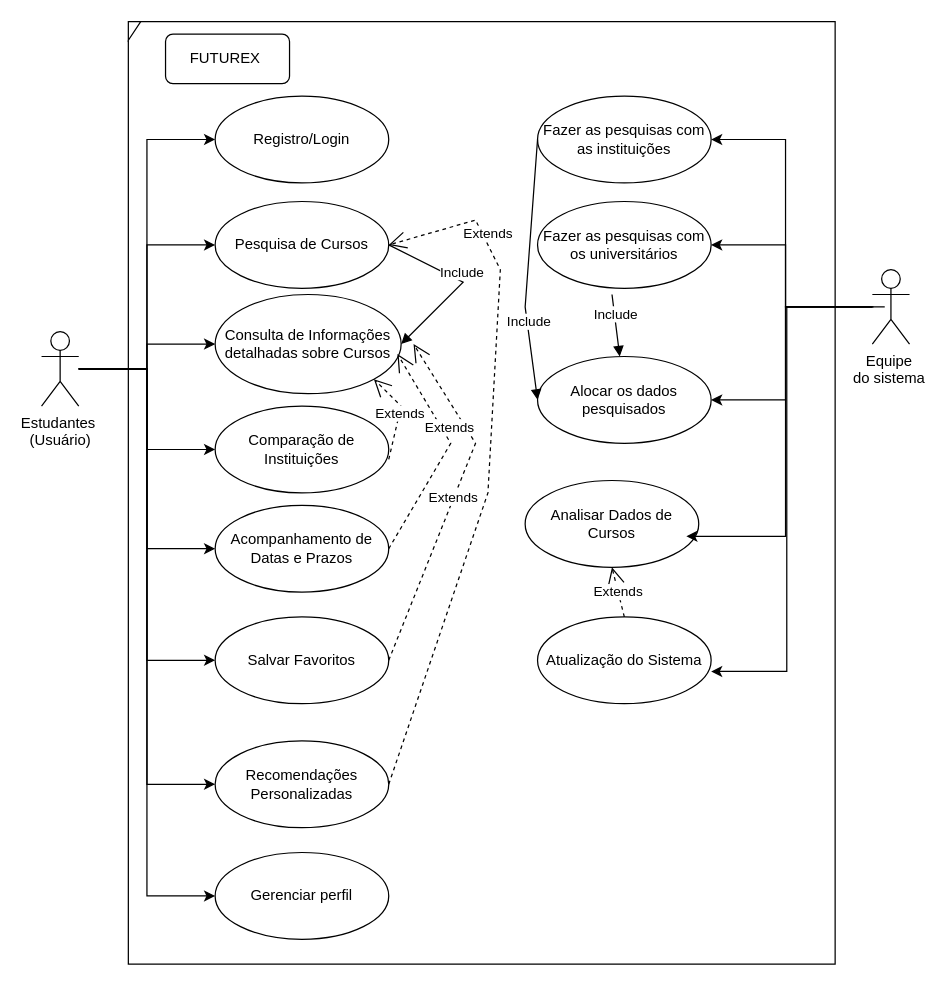
The draw.io diagram CasosDEUsoPRojeto.drawio in arthurvignati/softwareEngineering, before the edit. Source tidied: cells renumbered, new cells numbered last; positions are measured from the earlier drawing's top-left corner, leaving out a move shared by most shapes. Both pictures are drawn from the tidied source at 124%, with x=0, y=0 at pixel (41, 21).
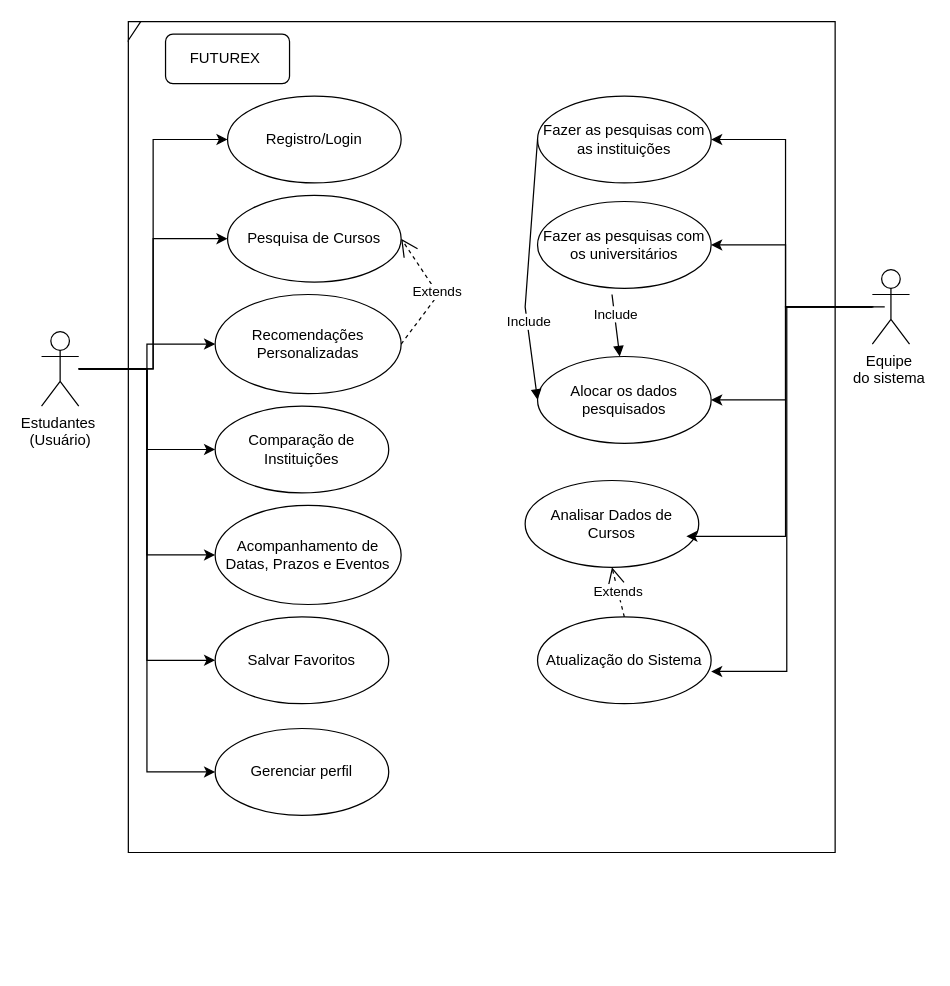
The same diagram, later.

The change refers to these unchanged cells:
```xml
<mxCell id="10" value="Estudantes&amp;nbsp;&lt;div&gt;(Usuário)&lt;/div&gt;" style="shape=umlActor;verticalLabelPosition=bottom;verticalAlign=top;html=1;" parent="1" vertex="1">
  <mxGeometry y="250" width="30" height="60" as="geometry" />
</mxCell>
<mxCell id="19" value="Salvar Favoritos" style="ellipse;whiteSpace=wrap;html=1;" parent="1" vertex="1">
  <mxGeometry x="140" y="480" width="140" height="70" as="geometry" />
</mxCell>
<mxCell id="20" value="Comparação de Instituições" style="ellipse;whiteSpace=wrap;html=1;" parent="1" vertex="1">
  <mxGeometry x="140" y="310" width="140" height="70" as="geometry" />
</mxCell>
```

Diff of the diagram source:
```diff
@@
     <mxCell id="3" style="edgeStyle=orthogonalEdgeStyle;rounded=0;jettySize=auto;html=1;entryX=0;entryY=0.5;entryDx=0;entryDy=0;" parent="1" edge="1" source="10" target="17">
-      <mxGeometry relative="1" as="geometry" />
+      <mxGeometry relative="1" as="geometry">
+        <Array as="points">
+          <mxPoint x="90" y="280" />
+          <mxPoint x="90" y="175" />
+        </Array>
+      </mxGeometry>
     </mxCell>
@@
-    <mxCell id="8" style="edgeStyle=orthogonalEdgeStyle;rounded=0;jettySize=auto;html=1;entryX=0;entryY=0.5;entryDx=0;entryDy=0;" parent="1" edge="1" source="10" target="35">
-      <mxGeometry relative="1" as="geometry" />
-    </mxCell>
@@
     <mxCell id="15" style="shape=umlFrame;whiteSpace=wrap;html=1;width=10;height=15;" parent="1" vertex="1">
-      <mxGeometry x="70" width="570" height="760" as="geometry" />
+      <mxGeometry x="70" width="570" height="670" as="geometry" />
     </mxCell>
     <mxCell id="16" value="Registro/Login" style="ellipse;whiteSpace=wrap;html=1;" parent="1" vertex="1">
-      <mxGeometry x="140" y="60" width="140" height="70" as="geometry" />
+      <mxGeometry x="150" y="60" width="140" height="70" as="geometry" />
     </mxCell>
     <mxCell id="17" value="Pesquisa de Cursos" style="ellipse;whiteSpace=wrap;html=1;" parent="1" vertex="1">
-      <mxGeometry x="140" y="145" width="140" height="70" as="geometry" />
+      <mxGeometry x="150" y="140" width="140" height="70" as="geometry" />
     </mxCell>
-    <mxCell id="18" value="Consulta de Informações detalhadas sobre Cursos" style="ellipse;whiteSpace=wrap;html=1;" parent="1" vertex="1">
+    <mxCell id="18" value="Recomendações Personalizadas" style="ellipse;whiteSpace=wrap;html=1;" parent="1" vertex="1">
       <mxGeometry x="140" y="220" width="150" height="80" as="geometry" />
     </mxCell>
@@
-    <mxCell id="21" value="Acompanhamento de Datas e Prazos" style="ellipse;whiteSpace=wrap;html=1;" parent="1" vertex="1">
-      <mxGeometry x="140" y="390" width="140" height="70" as="geometry" />
+    <mxCell id="21" value="Acompanhamento de Datas, Prazos e Eventos" style="ellipse;whiteSpace=wrap;html=1;" parent="1" vertex="1">
+      <mxGeometry x="140" y="390" width="150" height="80" as="geometry" />
     </mxCell>
@@
-    <mxCell id="29" value="Include" style="html=1;verticalAlign=bottom;endArrow=block;curved=0;rounded=0;exitX=1;exitY=0.5;exitDx=0;exitDy=0;entryX=1;entryY=0.5;entryDx=0;entryDy=0;" parent="1" edge="1" source="17" target="18">
-      <mxGeometry relative="1" as="geometry">
-        <Array as="points">
-          <mxPoint x="340" y="210" />
-        </Array>
-      </mxGeometry>
-    </mxCell>
@@
-    <mxCell id="34" value="Extends" style="endArrow=open;endSize=12;dashed=1;html=1;rounded=0;entryX=1;entryY=0.5;entryDx=0;entryDy=0;exitX=1;exitY=0.5;exitDx=0;exitDy=0;" parent="1" edge="1" source="35" target="17">
-      <mxGeometry x="0.68" y="-4" relative="1" as="geometry">
-        <Array as="points">
-          <mxPoint x="360" y="380" />
-          <mxPoint x="370" y="200" />
-          <mxPoint x="350" y="160" />
-        </Array>
-      </mxGeometry>
-    </mxCell>
-    <mxCell id="35" value="&lt;div&gt;Recomendações Personalizadas&lt;br&gt;&lt;/div&gt;" style="ellipse;whiteSpace=wrap;html=1;" parent="1" vertex="1">
-      <mxGeometry x="140" y="580" width="140" height="70" as="geometry" />
-    </mxCell>
     <mxCell id="36" value="&lt;div&gt;Gerenciar perfil&lt;br&gt;&lt;/div&gt;" style="ellipse;whiteSpace=wrap;html=1;" parent="1" vertex="1">
-      <mxGeometry x="140" y="670" width="140" height="70" as="geometry" />
+      <mxGeometry x="140" y="570" width="140" height="70" as="geometry" />
     </mxCell>
-    <mxCell id="37" value="Extends" style="endArrow=open;endSize=12;dashed=1;html=1;rounded=0;entryX=1;entryY=0.5;entryDx=0;entryDy=0;exitX=1;exitY=0.5;exitDx=0;exitDy=0;" parent="1" edge="1" source="19">
-      <mxGeometry relative="1" as="geometry">
-        <mxPoint x="300" y="260" as="targetPoint" />
-        <Array as="points">
-          <mxPoint x="350" y="340" />
-        </Array>
-      </mxGeometry>
-    </mxCell>
-    <mxCell id="38" value="Extends" style="endArrow=open;endSize=12;dashed=1;html=1;rounded=0;exitX=1;exitY=0.5;exitDx=0;exitDy=0;entryX=0.98;entryY=0.6;entryDx=0;entryDy=0;entryPerimeter=0;" parent="1" edge="1" source="21" target="18">
-      <mxGeometry x="0.21" y="-6" relative="1" as="geometry">
-        <Array as="points">
-          <mxPoint x="330" y="340" />
-        </Array>
-      </mxGeometry>
-    </mxCell>
-    <mxCell id="39" value="Extends" style="endArrow=open;endSize=12;dashed=1;html=1;rounded=0;exitX=1;exitY=0.614;exitDx=0;exitDy=0;exitPerimeter=0;entryX=1;entryY=1;entryDx=0;entryDy=0;" parent="1" edge="1" source="20" target="18">
-      <mxGeometry relative="1" as="geometry">
-        <Array as="points">
-          <mxPoint x="290" y="310" />
-        </Array>
-      </mxGeometry>
-    </mxCell>
+    <mxCell id="40" value="Extends" style="endArrow=open;endSize=12;dashed=1;html=1;rounded=0;entryX=1;entryY=0.5;entryDx=0;entryDy=0;exitX=1;exitY=0.5;exitDx=0;exitDy=0;" parent="1" edge="1" source="18" target="17">
+      <mxGeometry relative="1" as="geometry">
+        <Array as="points">
+          <mxPoint x="320" y="220" />
+        </Array>
+      </mxGeometry>
+    </mxCell>
```
